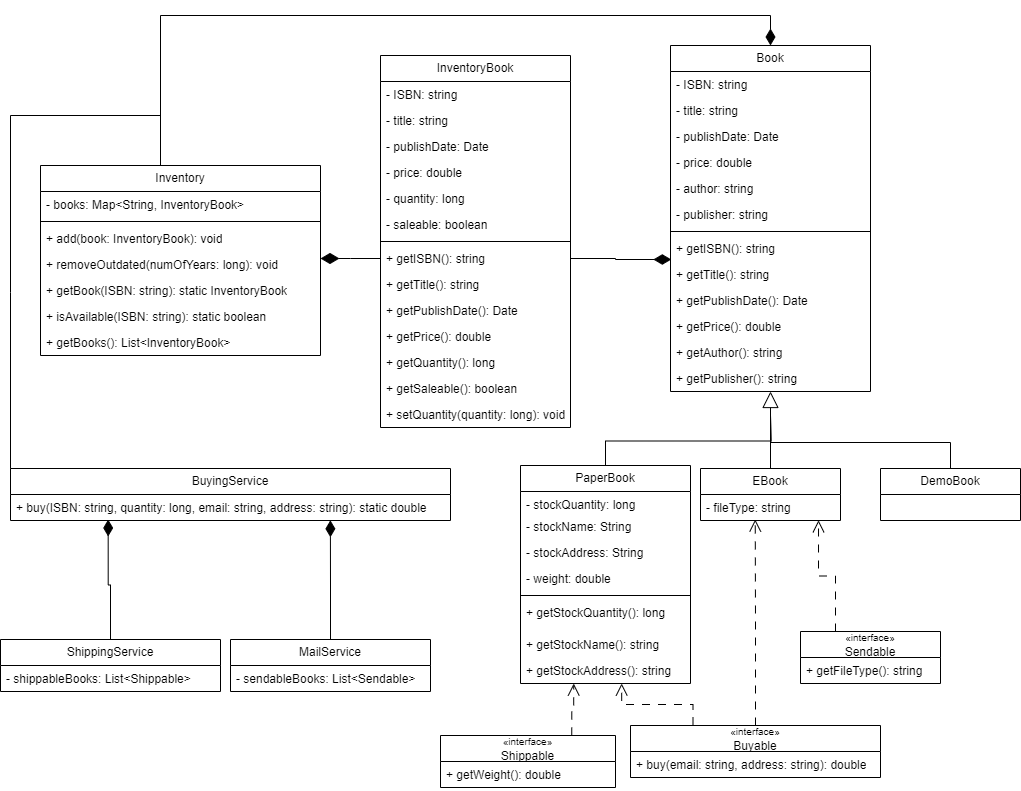
This is assets/bookstore-system-class_diagram.png from AhmedEhab2022/BookStore-Fawry-internship, a draw.io export, as it was before one commit. Source tidied: cells renumbered, new cells last; positions are measured from the earlier drawing's top-left corner, leaving out a move shared by most shapes.
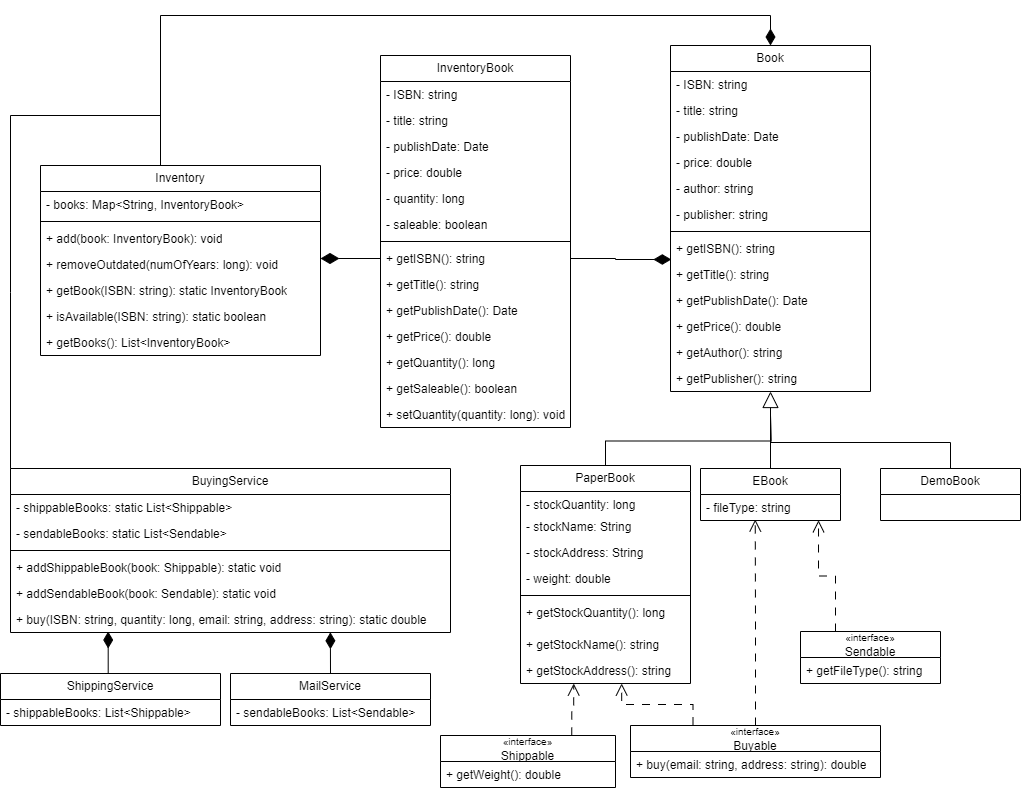
After the commit.

Commit message:
update class diagram

Change to the diagram source:
```diff
@@ -188,19 +188,34 @@
       </mxGeometry>
     </mxCell>
     <mxCell id="60" value="BuyingService" style="swimlane;fontStyle=0;horizontal=1;startSize=26;fillColor=none;whiteSpace=wrap;html=1;" parent="1" vertex="1">
-      <mxGeometry x="10" y="453" width="440" height="52" as="geometry" />
+      <mxGeometry x="10" y="453" width="440" height="164" as="geometry" />
     </mxCell>
+    <mxCell id="77" value="- shippableBooks&lt;span style=&quot;background-color: initial;&quot;&gt;: static List&amp;lt;Shippable&amp;gt;&lt;/span&gt;" style="text;strokeColor=none;fillColor=none;align=left;verticalAlign=top;spacingLeft=4;spacingRight=4;overflow=hidden;whiteSpace=wrap;html=1;" parent="60" vertex="1">
+      <mxGeometry y="26" width="440" height="26" as="geometry" />
+    </mxCell>
+    <mxCell id="78" value="- sendableBooks: static List&amp;lt;Sendable&amp;gt;" style="text;strokeColor=none;fillColor=none;align=left;verticalAlign=top;spacingLeft=4;spacingRight=4;overflow=hidden;whiteSpace=wrap;html=1;" parent="60" vertex="1">
+      <mxGeometry y="52" width="440" height="26" as="geometry" />
+    </mxCell>
+    <mxCell id="79" style="line;strokeWidth=1;fillColor=none;align=left;verticalAlign=middle;spacingTop=-1;spacingLeft=3;spacingRight=3;labelPosition=right;strokeColor=inherit;" parent="60" vertex="1">
+      <mxGeometry y="78" width="440" height="8" as="geometry" />
+    </mxCell>
+    <mxCell id="80" value="+ addShippableBook(book: Shippable): static void" style="text;strokeColor=none;fillColor=none;align=left;verticalAlign=top;spacingLeft=4;spacingRight=4;overflow=hidden;whiteSpace=wrap;html=1;" parent="60" vertex="1">
+      <mxGeometry y="86" width="440" height="26" as="geometry" />
+    </mxCell>
+    <mxCell id="81" value="+ addSendableBook(book: Sendable): static void" style="text;strokeColor=none;fillColor=none;align=left;verticalAlign=top;spacingLeft=4;spacingRight=4;overflow=hidden;whiteSpace=wrap;html=1;" parent="60" vertex="1">
+      <mxGeometry y="112" width="440" height="26" as="geometry" />
+    </mxCell>
     <mxCell id="61" value="+ buy(ISBN: string, quantity: long, email: string, address: string): static double" style="text;strokeColor=none;fillColor=none;align=left;verticalAlign=top;spacingLeft=4;spacingRight=4;overflow=hidden;points=[[0,0.5],[1,0.5]];portConstraint=eastwest;whiteSpace=wrap;html=1;" parent="60" vertex="1">
-      <mxGeometry y="26" width="440" height="26" as="geometry" />
+      <mxGeometry y="138" width="440" height="26" as="geometry" />
     </mxCell>
     <mxCell id="62" value="&lt;span style=&quot;text-align: left;&quot;&gt;ShippingService&lt;/span&gt;" style="swimlane;fontStyle=0;horizontal=1;startSize=26;fillColor=none;whiteSpace=wrap;html=1;" parent="1" vertex="1">
-      <mxGeometry y="624" width="220" height="52" as="geometry" />
+      <mxGeometry y="658" width="220" height="52" as="geometry" />
     </mxCell>
     <mxCell id="63" value="- shippableBooks: List&amp;lt;Shippable&amp;gt;" style="text;strokeColor=none;fillColor=none;align=left;verticalAlign=top;spacingLeft=4;spacingRight=4;overflow=hidden;whiteSpace=wrap;html=1;" parent="62" vertex="1">
       <mxGeometry y="26" width="220" height="26" as="geometry" />
     </mxCell>
     <mxCell id="64" value="&lt;span style=&quot;text-align: left;&quot;&gt;MailService&lt;/span&gt;" style="swimlane;fontStyle=0;horizontal=1;startSize=26;fillColor=none;whiteSpace=wrap;html=1;" parent="1" vertex="1">
-      <mxGeometry x="230" y="624" width="200" height="52" as="geometry" />
+      <mxGeometry x="230" y="658" width="200" height="52" as="geometry" />
     </mxCell>
     <mxCell id="65" value="- sendableBooks: List&amp;lt;Sendable&amp;gt;" style="text;strokeColor=none;fillColor=none;align=left;verticalAlign=top;spacingLeft=4;spacingRight=4;overflow=hidden;whiteSpace=wrap;html=1;" parent="64" vertex="1">
       <mxGeometry y="26" width="200" height="26" as="geometry" />
```
